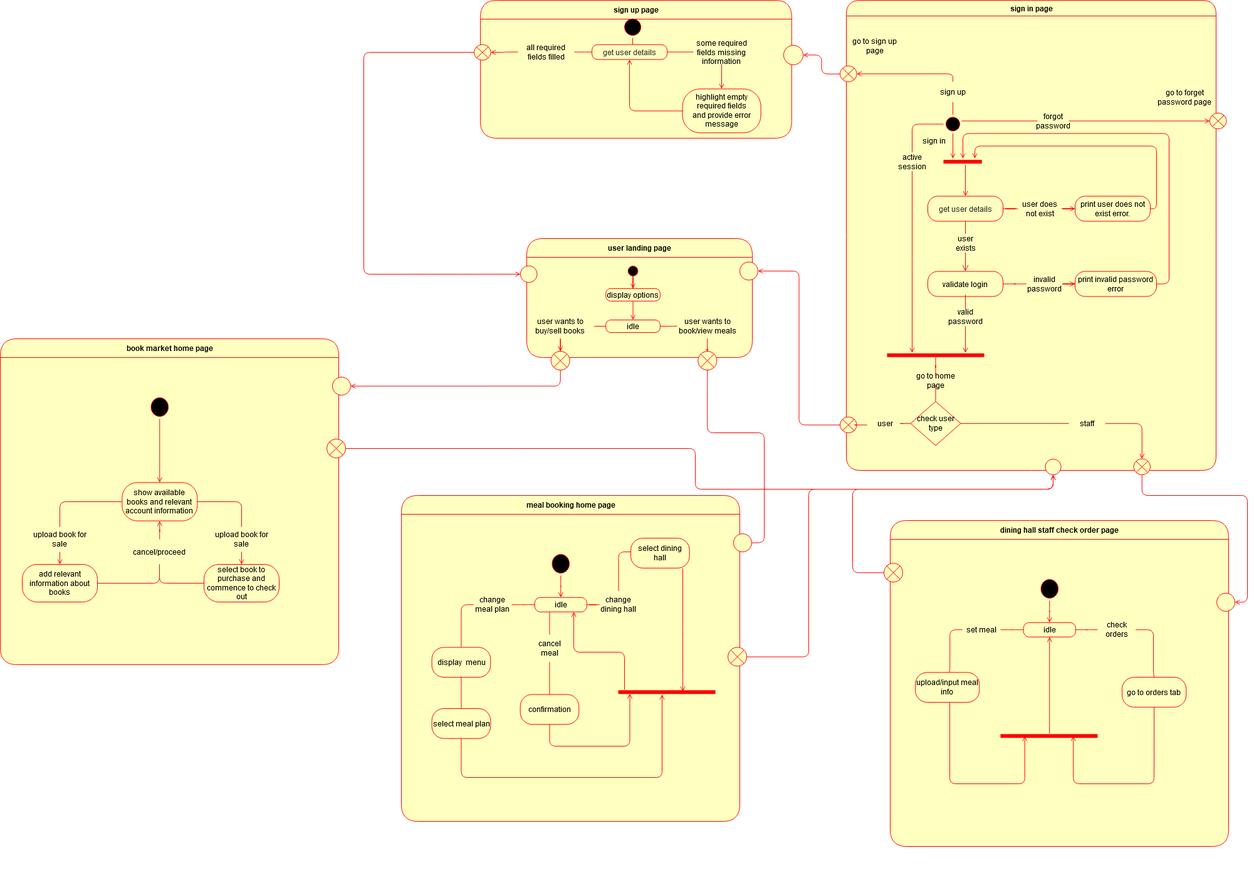
This is admin/diagrams/logical_view_statechart.png from JulianVJacobs/SDP, a draw.io export, as it was before one commit. Source tidied: cells renumbered, new cells last; positions are measured from the earlier drawing's top-left corner, leaving out a move shared by most shapes.
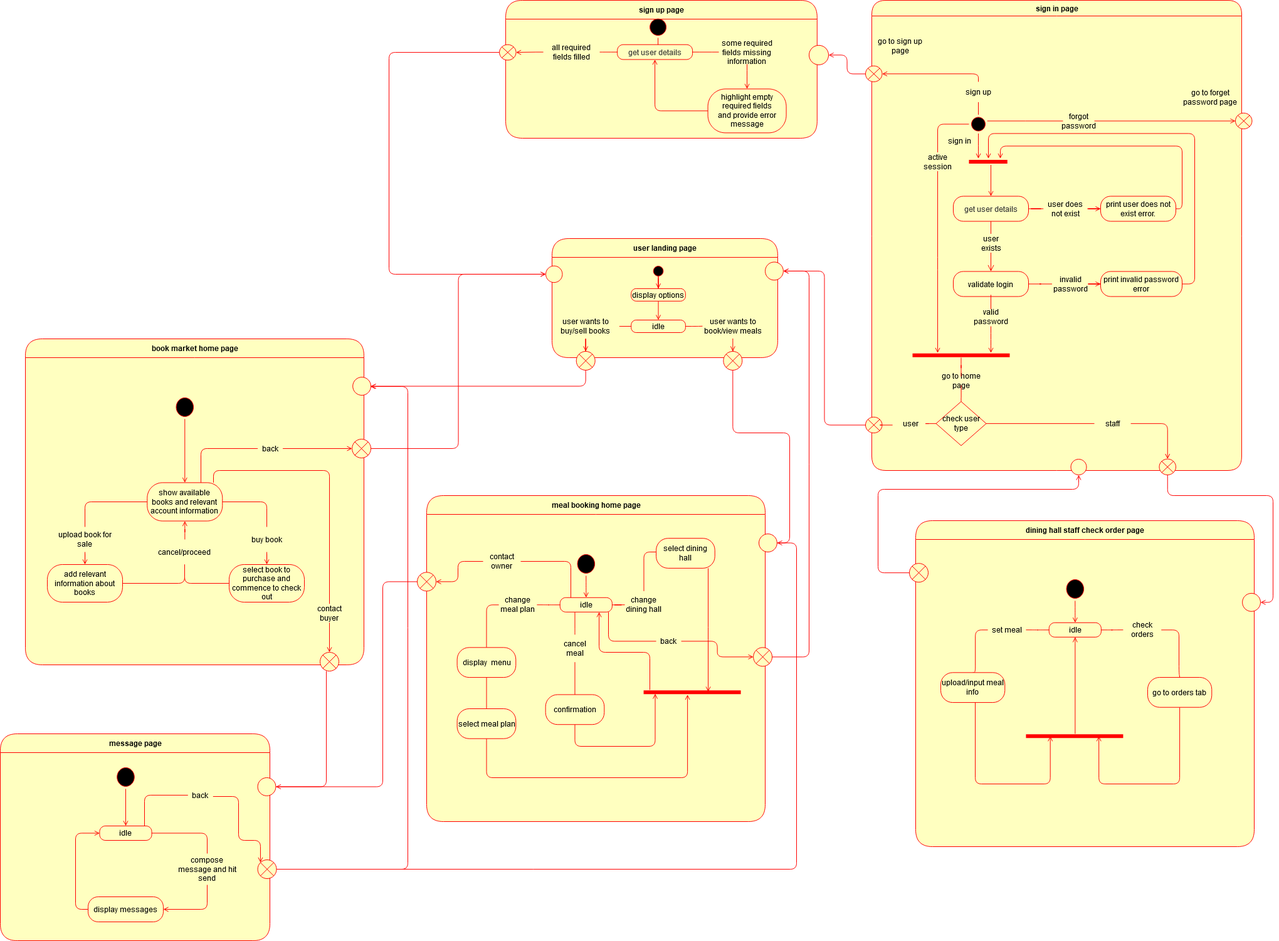
After the commit.

Diff of the diagram source:
```diff
@@ -21,6 +21,13 @@
         </Array>
       </mxGeometry>
     </mxCell>
+    <mxCell id="158" style="edgeStyle=orthogonalEdgeStyle;rounded=1;jettySize=auto;html=1;entryX=1;entryY=0.5;entryDx=0;entryDy=0;endArrow=none;endFill=0;strokeColor=#FF0000;" parent="2" edge="1" source="7" target="161">
+      <mxGeometry relative="1" as="geometry">
+        <Array as="points">
+          <mxPoint x="230" y="105" />
+        </Array>
+      </mxGeometry>
+    </mxCell>
     <mxCell id="7" value="idle" style="rounded=1;whiteSpace=wrap;html=1;arcSize=40;fontColor=#000000;fillColor=#ffffc0;strokeColor=#ff0000;" parent="2" vertex="1">
       <mxGeometry x="212.7" y="162.8" width="83.2" height="23" as="geometry" />
     </mxCell>
@@ -111,6 +118,33 @@
     <mxCell id="26" style="ellipse;whiteSpace=wrap;html=1;fillColor=#ffffc0;strokeColor=#FF0000;" parent="2" vertex="1">
       <mxGeometry x="530" y="61.1" width="28.9" height="28.9" as="geometry" />
     </mxCell>
+    <mxCell id="159" style="shape=sumEllipse;perimeter=ellipsePerimeter;whiteSpace=wrap;html=1;backgroundOutline=1;strokeColor=#FF0000;fillColor=#ffffc0;" parent="2" vertex="1">
+      <mxGeometry x="-15" y="122.4" width="30" height="30" as="geometry" />
+    </mxCell>
+    <mxCell id="160" style="edgeStyle=orthogonalEdgeStyle;rounded=1;jettySize=auto;html=1;endArrow=open;endFill=0;strokeColor=#FF0000;entryX=1;entryY=0.5;entryDx=0;entryDy=0;exitX=0;exitY=0.5;exitDx=0;exitDy=0;" parent="2" edge="1" source="161" target="159">
+      <mxGeometry relative="1" as="geometry">
+        <Array as="points">
+          <mxPoint x="50" y="105" />
+          <mxPoint x="50" y="137" />
+        </Array>
+      </mxGeometry>
+    </mxCell>
+    <mxCell id="161" value="contact owner" style="text;html=1;strokeColor=none;fillColor=none;align=center;verticalAlign=middle;whiteSpace=wrap;rounded=0;" parent="2" vertex="1">
+      <mxGeometry x="90" y="90" width="60" height="30" as="geometry" />
+    </mxCell>
+    <mxCell id="162" style="edgeStyle=orthogonalEdgeStyle;rounded=1;jettySize=auto;html=1;entryX=0;entryY=0.5;entryDx=0;entryDy=0;endArrow=open;endFill=0;strokeColor=#FF0000;" parent="2" edge="1" source="163" target="8">
+      <mxGeometry relative="1" as="geometry" />
+    </mxCell>
+    <mxCell id="163" value="back" style="text;html=1;strokeColor=none;fillColor=none;align=center;verticalAlign=middle;whiteSpace=wrap;rounded=0;" parent="2" vertex="1">
+      <mxGeometry x="366.1" y="222.3" width="40" height="20" as="geometry" />
+    </mxCell>
+    <mxCell id="164" style="edgeStyle=orthogonalEdgeStyle;rounded=1;jettySize=auto;html=1;entryX=0;entryY=0.5;entryDx=0;entryDy=0;endArrow=none;endFill=0;strokeColor=#FF0000;" parent="2" edge="1" source="7" target="163">
+      <mxGeometry relative="1" as="geometry">
+        <Array as="points">
+          <mxPoint x="290" y="232" />
+        </Array>
+      </mxGeometry>
+    </mxCell>
     <mxCell id="27" style="group;" parent="1" vertex="1">
       <mxGeometry x="1330" width="630" height="757" as="geometry" />
     </mxCell>
@@ -373,16 +407,6 @@
     <mxCell id="96" style="edgeStyle=orthogonalEdgeStyle;rounded=1;jettySize=auto;html=1;entryX=1;entryY=0.5;entryDx=0;entryDy=0;endArrow=open;endFill=0;strokeColor=#FF0000;" parent="1" edge="1" source="69" target="131">
       <mxGeometry relative="1" as="geometry" />
     </mxCell>
-    <mxCell id="97" style="edgeStyle=orthogonalEdgeStyle;rounded=1;jettySize=auto;html=1;endArrow=none;endFill=0;strokeColor=#FF0000;" parent="1" edge="1" source="8">
-      <mxGeometry relative="1" as="geometry">
-        <mxPoint x="1680" y="760" as="targetPoint" />
-        <Array as="points">
-          <mxPoint x="1290" y="1047" />
-          <mxPoint x="1290" y="780" />
-          <mxPoint x="1680" y="780" />
-        </Array>
-      </mxGeometry>
-    </mxCell>
     <mxCell id="98" style="group;" parent="1" vertex="1">
       <mxGeometry x="1420" y="830" width="540" height="581" as="geometry" />
     </mxCell>
@@ -554,7 +578,7 @@
       <mxGeometry x="521.1" y="160" width="30" height="30" as="geometry" />
     </mxCell>
     <mxCell id="141" style="ellipse;whiteSpace=wrap;html=1;fillColor=#ffffc0;strokeColor=#FF0000;" parent="137" vertex="1">
-      <mxGeometry x="530" y="61.1" width="28.9" height="28.9" as="geometry" />
+      <mxGeometry x="522.2" y="61.1" width="28.9" height="28.9" as="geometry" />
     </mxCell>
     <mxCell id="142" style="edgeStyle=orthogonalEdgeStyle;rounded=1;jettySize=auto;html=1;entryX=0.5;entryY=0;entryDx=0;entryDy=0;endArrow=open;endFill=0;endSize=6;strokeColor=#FF0000;" parent="137" edge="1" source="143" target="145">
       <mxGeometry relative="1" as="geometry" />
@@ -585,6 +609,9 @@
     <mxCell id="148" value="cancel/proceed" style="text;html=1;strokeColor=none;fillColor=none;align=center;verticalAlign=middle;whiteSpace=wrap;rounded=0;" parent="137" vertex="1">
       <mxGeometry x="209.3" y="320" width="90" height="40" as="geometry" />
     </mxCell>
+    <mxCell id="165" style="edgeStyle=orthogonalEdgeStyle;rounded=1;jettySize=auto;html=1;entryX=0;entryY=0.5;entryDx=0;entryDy=0;endArrow=open;endFill=0;strokeColor=#FF0000;" parent="137" edge="1" source="170" target="140">
+      <mxGeometry relative="1" as="geometry" />
+    </mxCell>
     <mxCell id="149" value="show available books and relevant account information" style="rounded=1;whiteSpace=wrap;html=1;arcSize=40;fontColor=#000000;fillColor=#ffffc0;strokeColor=#ff0000;" parent="137" vertex="1">
       <mxGeometry x="194.3" y="229.4" width="120" height="61.1" as="geometry" />
     </mxCell>
@@ -597,6 +624,33 @@
     <mxCell id="152" style="edgeStyle=orthogonalEdgeStyle;rounded=1;jettySize=auto;html=1;entryX=0.5;entryY=1;entryDx=0;entryDy=0;endArrow=open;endFill=0;endSize=6;strokeColor=#FF0000;" parent="137" edge="1" source="148" target="149">
       <mxGeometry relative="1" as="geometry" />
     </mxCell>
+    <mxCell id="166" value="contact buyer" style="text;html=1;strokeColor=none;fillColor=none;align=center;verticalAlign=middle;whiteSpace=wrap;rounded=0;" parent="137" vertex="1">
+      <mxGeometry x="455" y="422.8" width="60" height="30" as="geometry" />
+    </mxCell>
+    <mxCell id="167" style="edgeStyle=orthogonalEdgeStyle;rounded=1;jettySize=auto;html=1;entryX=0.5;entryY=0;entryDx=0;entryDy=0;strokeColor=#FF0000;endArrow=none;endFill=0;" parent="137" edge="1" source="149" target="166">
+      <mxGeometry relative="1" as="geometry">
+        <Array as="points">
+          <mxPoint x="300" y="210" />
+          <mxPoint x="485" y="210" />
+        </Array>
+      </mxGeometry>
+    </mxCell>
+    <mxCell id="168" style="shape=sumEllipse;perimeter=ellipsePerimeter;whiteSpace=wrap;html=1;backgroundOutline=1;strokeColor=#FF0000;fillColor=#ffffc0;" parent="137" vertex="1">
+      <mxGeometry x="470" y="500" width="30" height="30" as="geometry" />
+    </mxCell>
+    <mxCell id="169" style="edgeStyle=orthogonalEdgeStyle;rounded=1;jettySize=auto;html=1;entryX=0.5;entryY=0;entryDx=0;entryDy=0;endArrow=open;endFill=0;strokeColor=#FF0000;" parent="137" edge="1" source="166" target="168">
+      <mxGeometry relative="1" as="geometry" />
+    </mxCell>
+    <mxCell id="170" value="back" style="text;html=1;strokeColor=none;fillColor=none;align=center;verticalAlign=middle;whiteSpace=wrap;rounded=0;" parent="137" vertex="1">
+      <mxGeometry x="370.5" y="165" width="40" height="20" as="geometry" />
+    </mxCell>
+    <mxCell id="171" style="edgeStyle=orthogonalEdgeStyle;rounded=1;jettySize=auto;html=1;entryX=0;entryY=0.5;entryDx=0;entryDy=0;endArrow=none;endFill=0;strokeColor=#FF0000;" parent="137" edge="1" source="149" target="170">
+      <mxGeometry relative="1" as="geometry">
+        <Array as="points">
+          <mxPoint x="280" y="175" />
+        </Array>
+      </mxGeometry>
+    </mxCell>
     <mxCell id="153" style="edgeStyle=orthogonalEdgeStyle;rounded=1;jettySize=auto;html=1;endArrow=open;endFill=0;endSize=6;strokeColor=#FF0000;" parent="1" edge="1" source="155" target="147">
       <mxGeometry relative="1" as="geometry" />
     </mxCell>
@@ -607,20 +661,120 @@
         </Array>
       </mxGeometry>
     </mxCell>
-    <mxCell id="155" value="upload book for sale" style="text;html=1;strokeColor=none;fillColor=none;align=center;verticalAlign=middle;whiteSpace=wrap;rounded=0;" parent="1" vertex="1">
+    <mxCell id="155" value="buy book" style="text;html=1;strokeColor=none;fillColor=none;align=center;verticalAlign=middle;whiteSpace=wrap;rounded=0;" parent="1" vertex="1">
       <mxGeometry x="340" y="840" width="90" height="40" as="geometry" />
     </mxCell>
     <mxCell id="156" style="edgeStyle=orthogonalEdgeStyle;rounded=1;jettySize=auto;html=1;endArrow=none;endFill=0;endSize=6;strokeColor=#FF0000;" parent="1" edge="1" source="149" target="155">
       <mxGeometry relative="1" as="geometry" />
     </mxCell>
-    <mxCell id="157" style="edgeStyle=orthogonalEdgeStyle;rounded=1;jettySize=auto;html=1;endArrow=open;endFill=0;endSize=6;strokeColor=#FF0000;" parent="1" edge="1" source="140" target="61">
-      <mxGeometry relative="1" as="geometry">
-        <Array as="points">
-          <mxPoint x="1109" y="715" />
-          <mxPoint x="1109" y="780" />
-          <mxPoint x="1680" y="780" />
-        </Array>
-      </mxGeometry>
-    </mxCell>
+    <mxCell id="172" value="message page" style="swimlane;html=1;fontStyle=1;align=center;verticalAlign=middle;horizontal=1;startSize=30;fontColor=#000000;rounded=1;arcSize=30;strokeColor=#ff0000;fillColor=#ffffc0;swimlaneFillColor=#ffffc0;" parent="1" vertex="1">
+      <mxGeometry x="-40" y="1170" width="430" height="330" as="geometry" />
+    </mxCell>
+    <mxCell id="173" style="edgeStyle=orthogonalEdgeStyle;rounded=1;jettySize=auto;html=1;endArrow=open;endFill=0;strokeColor=#FF0000;entryX=1;entryY=0.5;entryDx=0;entryDy=0;" parent="1" edge="1" target="174">
+      <mxGeometry relative="1" as="geometry">
+        <mxPoint x="480" y="1070" as="sourcePoint" />
+        <Array as="points">
+          <mxPoint x="480" y="1254" />
+        </Array>
+      </mxGeometry>
+    </mxCell>
+    <mxCell id="174" style="ellipse;whiteSpace=wrap;html=1;fillColor=#ffffc0;strokeColor=#FF0000;" parent="1" vertex="1">
+      <mxGeometry x="370.5" y="1240" width="28.9" height="28.9" as="geometry" />
+    </mxCell>
+    <mxCell id="175" style="edgeStyle=orthogonalEdgeStyle;rounded=1;jettySize=auto;html=1;endArrow=none;endFill=0;strokeColor=#FF0000;entryX=0.5;entryY=0;entryDx=0;entryDy=0;" parent="1" edge="1" source="182" target="178">
+      <mxGeometry relative="1" as="geometry">
+        <Array as="points">
+          <mxPoint x="290" y="1329" />
+        </Array>
+      </mxGeometry>
+    </mxCell>
+    <mxCell id="176" style="ellipse;html=1;shape=startState;fillColor=#000000;strokeColor=#ff0000;" parent="1" vertex="1">
+      <mxGeometry x="142.2" y="1220" width="35.6" height="37.9" as="geometry" />
+    </mxCell>
+    <mxCell id="177" style="edgeStyle=orthogonalEdgeStyle;rounded=1;jettySize=auto;html=1;endArrow=open;endFill=0;strokeColor=#FF0000;entryX=1;entryY=0.5;entryDx=0;entryDy=0;" parent="1" edge="1" source="178" target="180">
+      <mxGeometry relative="1" as="geometry">
+        <Array as="points">
+          <mxPoint x="290" y="1450" />
+        </Array>
+      </mxGeometry>
+    </mxCell>
+    <mxCell id="178" value="compose message and hit send" style="text;html=1;strokeColor=none;fillColor=none;align=center;verticalAlign=middle;whiteSpace=wrap;rounded=0;" parent="1" vertex="1">
+      <mxGeometry x="240" y="1361" width="100" height="50" as="geometry" />
+    </mxCell>
+    <mxCell id="179" style="edgeStyle=orthogonalEdgeStyle;rounded=1;jettySize=auto;html=1;entryX=0;entryY=0.5;entryDx=0;entryDy=0;endArrow=open;endFill=0;strokeColor=#FF0000;" parent="1" edge="1" source="180" target="182">
+      <mxGeometry relative="1" as="geometry">
+        <Array as="points">
+          <mxPoint x="80" y="1450" />
+          <mxPoint x="80" y="1329" />
+        </Array>
+      </mxGeometry>
+    </mxCell>
+    <mxCell id="180" value="display messages" style="rounded=1;whiteSpace=wrap;html=1;arcSize=40;fontColor=#000000;fillColor=#ffffc0;strokeColor=#ff0000;" parent="1" vertex="1">
+      <mxGeometry x="100" y="1430" width="120" height="40" as="geometry" />
+    </mxCell>
+    <mxCell id="181" style="edgeStyle=orthogonalEdgeStyle;rounded=1;jettySize=auto;html=1;entryX=0;entryY=0;entryDx=0;entryDy=0;endArrow=open;endFill=0;strokeColor=#FF0000;" parent="1" edge="1" source="188" target="187">
+      <mxGeometry relative="1" as="geometry">
+        <Array as="points">
+          <mxPoint x="340" y="1270" />
+          <mxPoint x="340" y="1340" />
+          <mxPoint x="375" y="1340" />
+        </Array>
+      </mxGeometry>
+    </mxCell>
+    <mxCell id="182" value="idle" style="rounded=1;whiteSpace=wrap;html=1;arcSize=40;fontColor=#000000;fillColor=#ffffc0;strokeColor=#ff0000;" parent="1" vertex="1">
+      <mxGeometry x="118.4" y="1317" width="83.2" height="23" as="geometry" />
+    </mxCell>
+    <mxCell id="183" style="edgeStyle=orthogonalEdgeStyle;rounded=1;jettySize=auto;html=1;endArrow=open;endFill=0;strokeColor=#FF0000;" parent="1" edge="1" source="176" target="182">
+      <mxGeometry relative="1" as="geometry" />
+    </mxCell>
+    <mxCell id="184" style="edgeStyle=orthogonalEdgeStyle;rounded=1;jettySize=auto;html=1;entryX=1;entryY=0.5;entryDx=0;entryDy=0;endArrow=none;endFill=0;strokeColor=#FF0000;" parent="1" edge="1" source="159" target="174">
+      <mxGeometry relative="1" as="geometry">
+        <Array as="points">
+          <mxPoint x="570" y="927" />
+          <mxPoint x="570" y="1254" />
+        </Array>
+      </mxGeometry>
+    </mxCell>
+    <mxCell id="185" style="edgeStyle=orthogonalEdgeStyle;rounded=1;jettySize=auto;html=1;entryX=1;entryY=0.5;entryDx=0;entryDy=0;endArrow=open;endFill=0;strokeColor=#FF0000;" parent="1" edge="1" source="187" target="26">
+      <mxGeometry relative="1" as="geometry">
+        <Array as="points">
+          <mxPoint x="1230" y="1386" />
+          <mxPoint x="1230" y="866" />
+        </Array>
+      </mxGeometry>
+    </mxCell>
+    <mxCell id="186" style="edgeStyle=orthogonalEdgeStyle;rounded=1;jettySize=auto;html=1;endArrow=open;endFill=0;strokeColor=#FF0000;" parent="1" edge="1" source="187">
+      <mxGeometry relative="1" as="geometry">
+        <mxPoint x="550" y="616" as="targetPoint" />
+        <Array as="points">
+          <mxPoint x="610" y="1386" />
+          <mxPoint x="610" y="616" />
+        </Array>
+      </mxGeometry>
+    </mxCell>
+    <mxCell id="187" style="shape=sumEllipse;perimeter=ellipsePerimeter;whiteSpace=wrap;html=1;backgroundOutline=1;strokeColor=#FF0000;fillColor=#ffffc0;" parent="1" vertex="1">
+      <mxGeometry x="370.5" y="1371" width="30" height="30" as="geometry" />
+    </mxCell>
+    <mxCell id="188" value="back" style="text;html=1;strokeColor=none;fillColor=none;align=center;verticalAlign=middle;whiteSpace=wrap;rounded=0;" parent="1" vertex="1">
+      <mxGeometry x="259.3" y="1257.9" width="40" height="20" as="geometry" />
+    </mxCell>
+    <mxCell id="189" style="edgeStyle=orthogonalEdgeStyle;rounded=1;jettySize=auto;html=1;entryX=0;entryY=0.5;entryDx=0;entryDy=0;endArrow=none;endFill=0;strokeColor=#FF0000;" parent="1" edge="1" source="182" target="188">
+      <mxGeometry relative="1" as="geometry">
+        <Array as="points">
+          <mxPoint x="190" y="1268" />
+        </Array>
+      </mxGeometry>
+    </mxCell>
+    <mxCell id="190" style="edgeStyle=orthogonalEdgeStyle;rounded=1;jettySize=auto;html=1;entryX=0;entryY=0.5;entryDx=0;entryDy=0;endArrow=open;endFill=0;strokeColor=#FF0000;" parent="1" edge="1" source="140" target="132">
+      <mxGeometry relative="1" as="geometry" />
+    </mxCell>
+    <mxCell id="191" style="edgeStyle=orthogonalEdgeStyle;rounded=1;jettySize=auto;html=1;entryX=1;entryY=0.5;entryDx=0;entryDy=0;endArrow=open;endFill=0;strokeColor=#FF0000;" parent="1" edge="1" source="8" target="131">
+      <mxGeometry relative="1" as="geometry">
+        <Array as="points">
+          <mxPoint x="1250" y="1047" />
+          <mxPoint x="1250" y="432" />
+        </Array>
+      </mxGeometry>
+    </mxCell>
   </root>
 </mxGraphModel>
```
